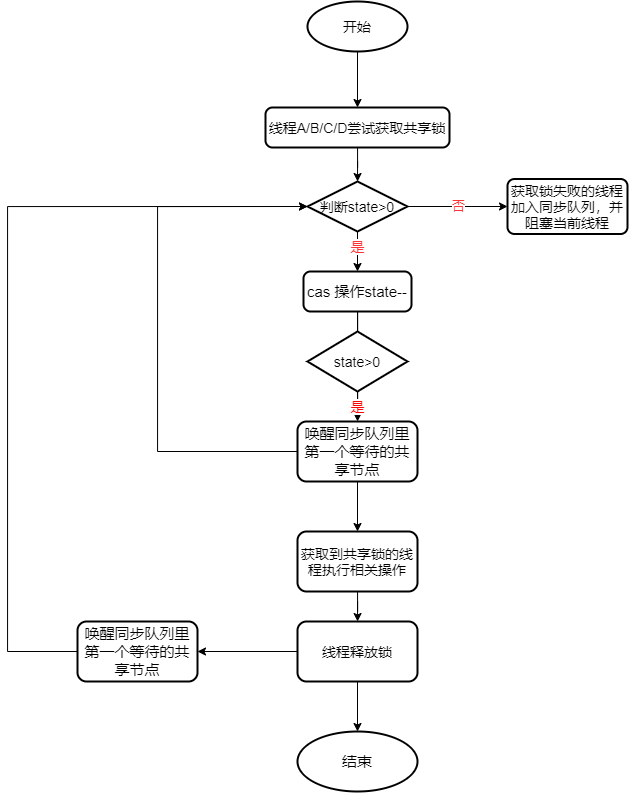
Before: 共享锁获取流程图.drawio.png, a diagram exported from draw.io (weirjiang/blog.github.io). Source tidied: cells renumbered, new cells last; positions are measured from the earlier drawing's top-left corner, leaving out a move shared by most shapes.
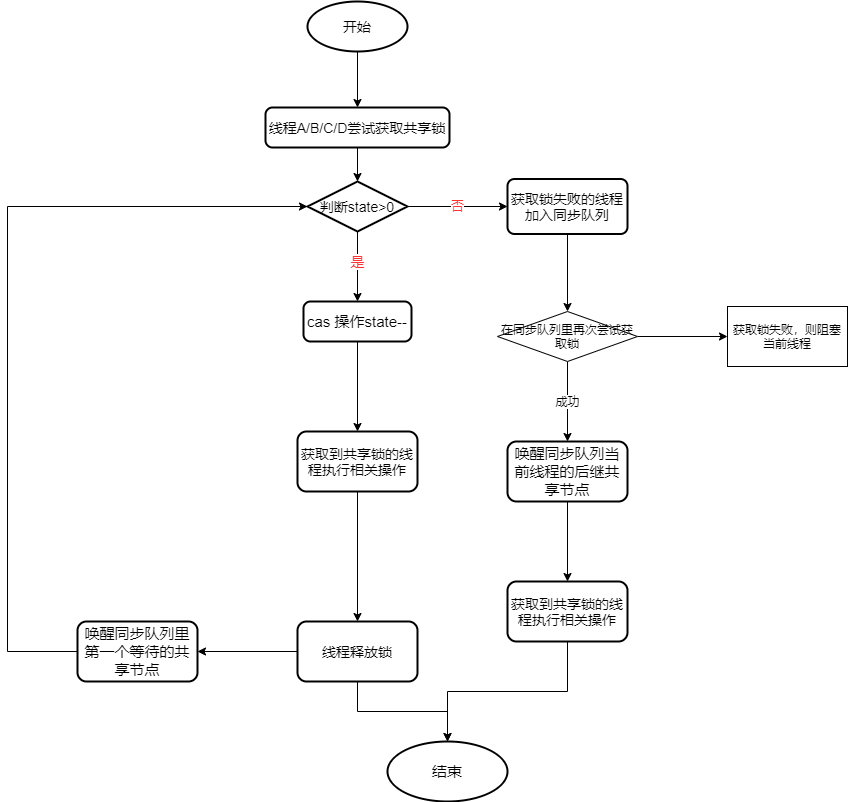
After the commit.

Commit message:
更新共享锁获取流程图.drawio.png

The edit, as a diff of the source:
```diff
@@ -19,13 +19,11 @@
         <mxPoint x="350" y="220" as="sourcePoint" />
       </mxGeometry>
     </mxCell>
-    <mxCell id="7" style="edgeStyle=orthogonalEdgeStyle;rounded=0;jettySize=auto;html=1;startArrow=none;" parent="1" edge="1" source="24">
-      <mxGeometry relative="1" as="geometry">
-        <mxPoint x="350" y="380" as="targetPoint" />
-      </mxGeometry>
-    </mxCell>
+    <mxCell id="26" style="edgeStyle=orthogonalEdgeStyle;rounded=0;jettySize=auto;html=1;" parent="1" edge="1" source="8" target="17">
+      <mxGeometry relative="1" as="geometry" />
+    </mxCell>
     <mxCell id="8" value="&lt;font style=&quot;font-size: 15px&quot;&gt;cas&amp;nbsp;操作state--&lt;/font&gt;" style="rounded=1;whiteSpace=wrap;html=1;absoluteArcSize=1;arcSize=14;strokeWidth=2;" parent="1" vertex="1">
-      <mxGeometry x="296" y="270" width="108" height="40" as="geometry" />
+      <mxGeometry x="296" y="300" width="108" height="40" as="geometry" />
     </mxCell>
     <mxCell id="9" value="否" style="edgeStyle=orthogonalEdgeStyle;rounded=0;jettySize=auto;html=1;fontSize=13;fontColor=#FF3333;" parent="1" edge="1" source="10" target="11">
       <mxGeometry relative="1" as="geometry" />
@@ -33,30 +31,23 @@
     <mxCell id="10" value="&lt;font style=&quot;font-size: 14px&quot;&gt;判断state&amp;gt;0&lt;/font&gt;" style="strokeWidth=2;html=1;shape=mxgraph.flowchart.decision;whiteSpace=wrap;" parent="1" vertex="1">
       <mxGeometry x="300" y="180" width="100" height="50" as="geometry" />
     </mxCell>
+    <mxCell id="27" style="edgeStyle=orthogonalEdgeStyle;rounded=0;jettySize=auto;html=1;" parent="1" edge="1" source="11" target="31">
+      <mxGeometry relative="1" as="geometry" />
+    </mxCell>
-    <mxCell id="11" value="&lt;font style=&quot;font-size: 14px&quot;&gt;获取锁失败的线程加入同步队列，并阻塞当前线程&lt;/font&gt;" style="rounded=1;whiteSpace=wrap;html=1;absoluteArcSize=1;arcSize=14;strokeWidth=2;" parent="1" vertex="1">
+    <mxCell id="11" value="&lt;font style=&quot;font-size: 14px&quot;&gt;获取锁失败的线程加入同步队列&lt;/font&gt;" style="rounded=1;whiteSpace=wrap;html=1;absoluteArcSize=1;arcSize=14;strokeWidth=2;" parent="1" vertex="1">
       <mxGeometry x="500" y="177.5" width="120" height="55" as="geometry" />
     </mxCell>
-    <mxCell id="12" value="是" style="edgeStyle=orthogonalEdgeStyle;rounded=0;jettySize=auto;html=1;fontSize=14;fontColor=#FF0000;" parent="1" edge="1" source="24" target="15">
-      <mxGeometry relative="1" as="geometry" />
-    </mxCell>
-    <mxCell id="13" style="edgeStyle=orthogonalEdgeStyle;rounded=0;jettySize=auto;html=1;entryX=0;entryY=0.5;entryDx=0;entryDy=0;entryPerimeter=0;" parent="1" edge="1" source="15" target="10">
-      <mxGeometry relative="1" as="geometry">
-        <Array as="points">
-          <mxPoint x="150" y="205" />
-        </Array>
-      </mxGeometry>
-    </mxCell>
-    <mxCell id="14" style="edgeStyle=orthogonalEdgeStyle;rounded=0;jettySize=auto;html=1;" parent="1" edge="1" source="15" target="17">
-      <mxGeometry relative="1" as="geometry" />
-    </mxCell>
+    <mxCell id="28" style="edgeStyle=orthogonalEdgeStyle;rounded=0;jettySize=auto;html=1;" parent="1" edge="1" source="15" target="34">
+      <mxGeometry relative="1" as="geometry" />
+    </mxCell>
-    <mxCell id="15" value="&lt;font style=&quot;font-size: 15px&quot;&gt;唤醒同步队列里第一个等待的共享节点&lt;/font&gt;" style="whiteSpace=wrap;html=1;strokeWidth=2;rounded=1;" parent="1" vertex="1">
-      <mxGeometry x="290" y="420" width="120" height="60" as="geometry" />
+    <mxCell id="15" value="&lt;font style=&quot;font-size: 15px&quot;&gt;唤醒同步队列当前线程的后继共享节点&lt;/font&gt;" style="whiteSpace=wrap;html=1;strokeWidth=2;rounded=1;" parent="1" vertex="1">
+      <mxGeometry x="500" y="440" width="120" height="60" as="geometry" />
     </mxCell>
     <mxCell id="16" style="edgeStyle=orthogonalEdgeStyle;rounded=0;jettySize=auto;html=1;" parent="1" edge="1" source="17" target="20">
       <mxGeometry relative="1" as="geometry" />
     </mxCell>
     <mxCell id="17" value="&lt;font style=&quot;font-size: 14px&quot;&gt;获取到共享锁的线程执行相关操作&lt;/font&gt;" style="whiteSpace=wrap;html=1;strokeWidth=2;rounded=1;glass=0;sketch=0;shadow=0;" parent="1" vertex="1">
-      <mxGeometry x="290" y="530" width="120" height="60" as="geometry" />
+      <mxGeometry x="290" y="430" width="120" height="60" as="geometry" />
     </mxCell>
     <mxCell id="18" style="edgeStyle=orthogonalEdgeStyle;rounded=0;jettySize=auto;html=1;" parent="1" edge="1" source="20" target="22">
       <mxGeometry relative="1" as="geometry" />
@@ -79,13 +70,25 @@
       <mxGeometry x="70" y="620" width="120" height="60" as="geometry" />
     </mxCell>
     <mxCell id="23" value="&lt;font style=&quot;font-size: 15px&quot;&gt;结束&lt;/font&gt;" style="ellipse;whiteSpace=wrap;html=1;rounded=1;shadow=0;strokeWidth=2;glass=0;sketch=0;" parent="1" vertex="1">
-      <mxGeometry x="290" y="730" width="120" height="60" as="geometry" />
+      <mxGeometry x="380" y="740" width="120" height="60" as="geometry" />
     </mxCell>
-    <mxCell id="24" value="&lt;font style=&quot;font-size: 14px&quot;&gt;state&amp;gt;0&lt;/font&gt;" style="strokeWidth=2;html=1;shape=mxgraph.flowchart.decision;whiteSpace=wrap;" parent="1" vertex="1">
-      <mxGeometry x="300" y="330" width="100" height="60" as="geometry" />
-    </mxCell>
-    <mxCell id="25" style="edgeStyle=orthogonalEdgeStyle;rounded=0;jettySize=auto;html=1;endArrow=none;" parent="1" edge="1" source="8" target="24">
-      <mxGeometry relative="1" as="geometry" />
-    </mxCell>
+    <mxCell id="29" value="成功" style="edgeStyle=orthogonalEdgeStyle;rounded=0;jettySize=auto;html=1;" parent="1" edge="1" source="31" target="15">
+      <mxGeometry relative="1" as="geometry" />
+    </mxCell>
+    <mxCell id="30" style="edgeStyle=orthogonalEdgeStyle;rounded=0;jettySize=auto;html=1;" parent="1" edge="1" source="31" target="32">
+      <mxGeometry relative="1" as="geometry" />
+    </mxCell>
+    <mxCell id="31" value="在同步队列里再次尝试获取锁" style="rhombus;whiteSpace=wrap;html=1;" parent="1" vertex="1">
+      <mxGeometry x="490" y="310" width="140" height="50" as="geometry" />
+    </mxCell>
+    <mxCell id="32" value="获取锁失败，则阻塞当前线程" style="whiteSpace=wrap;html=1;" parent="1" vertex="1">
+      <mxGeometry x="720" y="305" width="120" height="60" as="geometry" />
+    </mxCell>
+    <mxCell id="33" style="edgeStyle=orthogonalEdgeStyle;rounded=0;jettySize=auto;html=1;" parent="1" edge="1" source="34" target="23">
+      <mxGeometry relative="1" as="geometry" />
+    </mxCell>
+    <mxCell id="34" value="&lt;span style=&quot;font-size: 14px&quot;&gt;获取到共享锁的线程执行相关操作&lt;/span&gt;" style="whiteSpace=wrap;html=1;rounded=1;strokeWidth=2;" parent="1" vertex="1">
+      <mxGeometry x="500" y="580" width="120" height="60" as="geometry" />
+    </mxCell>
   </root>
 </mxGraphModel>
```
